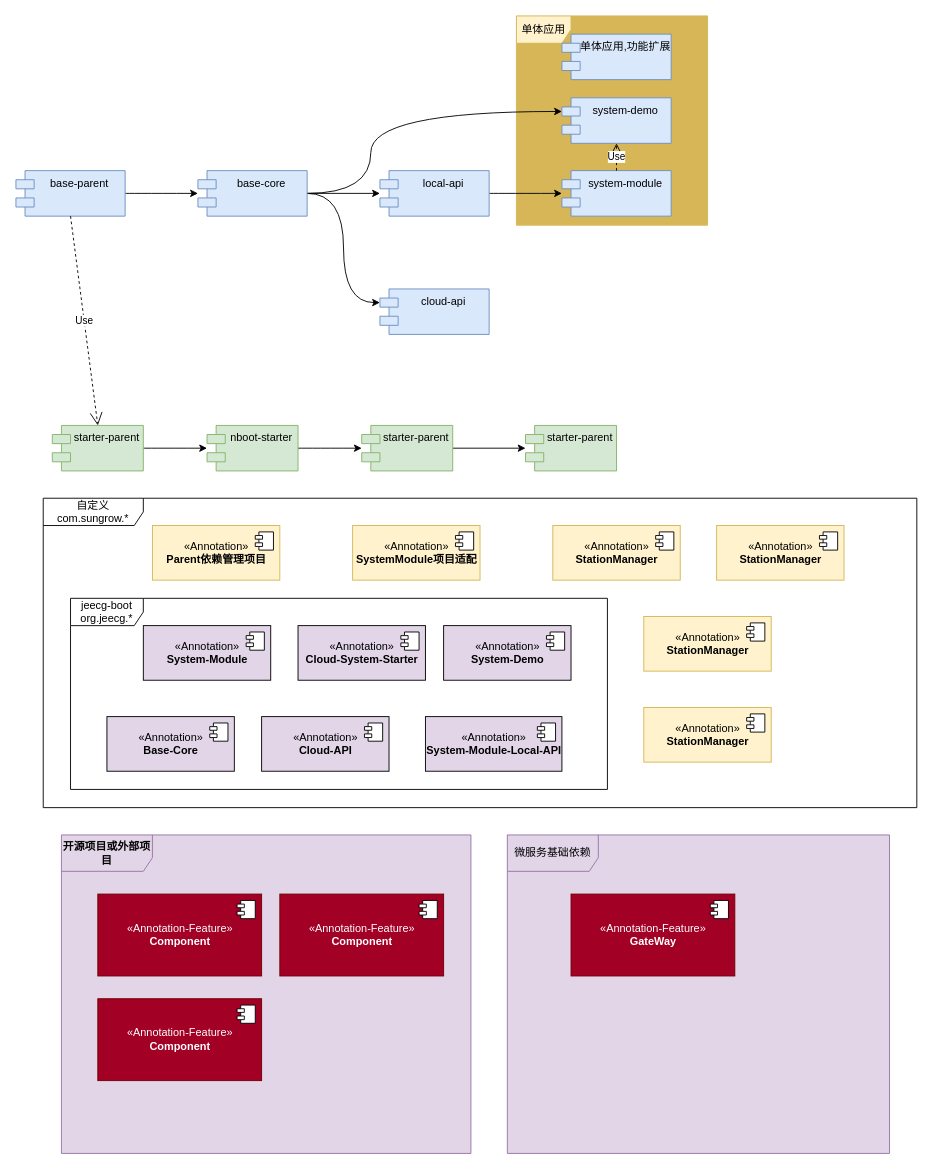
The draw.io diagram page "Page-1" (1 of 3) of ddd.drawio in gg2herry/drawio, before the edit. Source tidied: cells renumbered, new cells numbered last; positions are measured from the earlier drawing's top-left corner, leaving out a move shared by most shapes. Both pictures are drawn from the tidied source at 91%, with x=0, y=0 at pixel (15, 15).
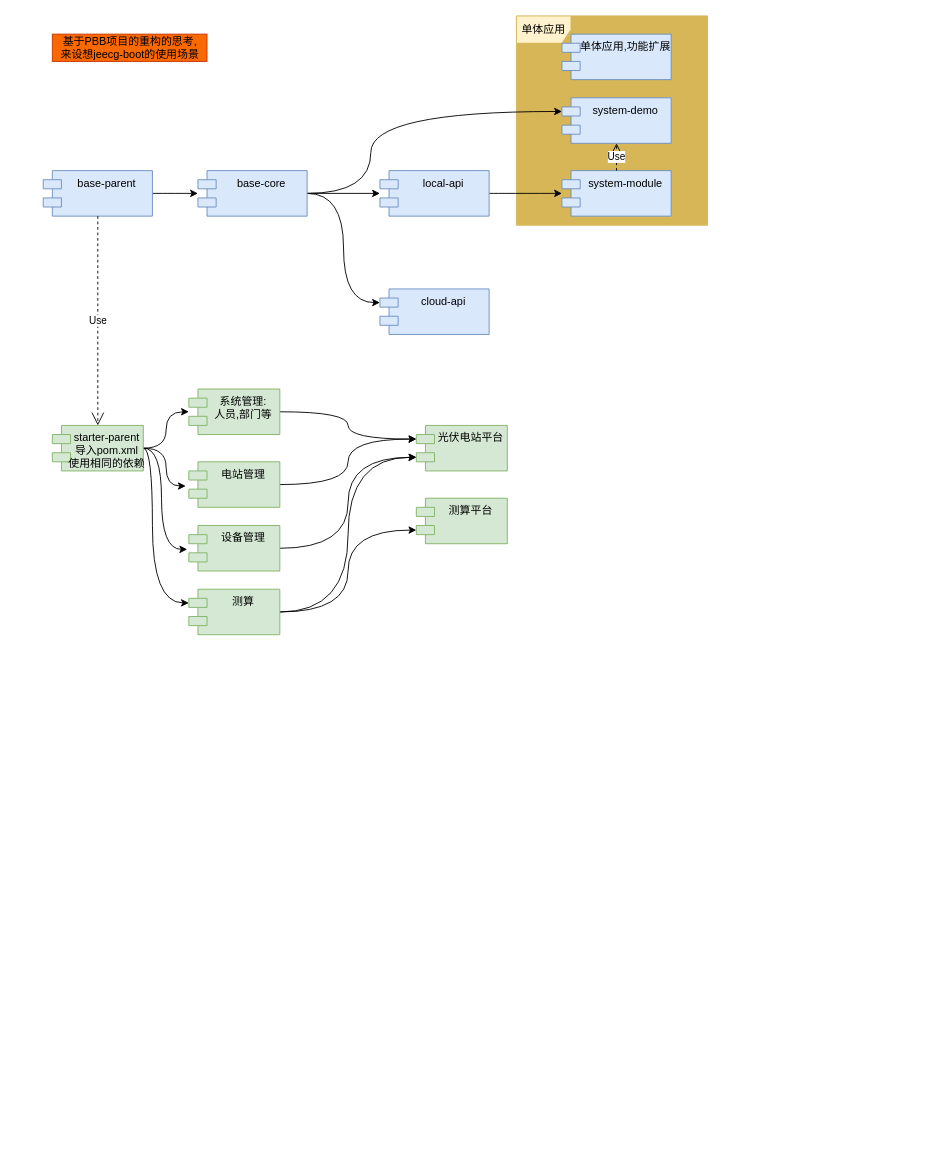
After the change.

What changed in the source:
```diff
@@
-    <mxCell id="2" value="&lt;b&gt;开源项目或外部项目&lt;/b&gt;" style="shape=umlFrame;whiteSpace=wrap;html=1;shadow=0;strokeColor=#9673a6;swimlaneFillColor=#E1D5E7;fillColor=#E1D5E7;width=100;height=40;" parent="1" vertex="1">
-      <mxGeometry x="50" y="900" width="450" height="350" as="geometry" />
-    </mxCell>
-    <mxCell id="3" value="自定义com.sungrow.*" style="shape=umlFrame;whiteSpace=wrap;html=1;width=110;height=30;" parent="1" vertex="1">
-      <mxGeometry x="30" y="530" width="960" height="340" as="geometry" />
-    </mxCell>
-    <mxCell id="4" value="jeecg-boot&lt;br&gt;org.jeecg.*" style="shape=umlFrame;whiteSpace=wrap;html=1;width=80;height=30;" parent="1" vertex="1">
-      <mxGeometry x="60" y="640" width="590" height="210" as="geometry" />
-    </mxCell>
@@
+    <mxCell id="60" style="edgeStyle=orthogonalEdgeStyle;rounded=0;jettySize=auto;html=1;curved=1;entryX=-0.034;entryY=0.532;entryDx=0;entryDy=0;entryPerimeter=0;" parent="1" edge="1" source="18" target="24">
+      <mxGeometry relative="1" as="geometry" />
+    </mxCell>
+    <mxCell id="61" style="edgeStyle=orthogonalEdgeStyle;rounded=0;jettySize=auto;html=1;entryX=-0.018;entryY=0.524;entryDx=0;entryDy=0;entryPerimeter=0;curved=1;" parent="1" edge="1" source="18" target="59">
+      <mxGeometry relative="1" as="geometry">
+        <Array as="points">
+          <mxPoint x="160" y="475" />
+          <mxPoint x="160" y="586" />
+        </Array>
+      </mxGeometry>
+    </mxCell>
+    <mxCell id="62" style="edgeStyle=orthogonalEdgeStyle;curved=1;rounded=0;jettySize=auto;html=1;entryX=0;entryY=0;entryDx=0;entryDy=15;entryPerimeter=0;" parent="1" edge="1" source="18" target="69">
+      <mxGeometry relative="1" as="geometry">
+        <Array as="points">
+          <mxPoint x="150" y="475" />
+          <mxPoint x="150" y="645" />
+        </Array>
+      </mxGeometry>
+    </mxCell>
-    <mxCell id="18" value="starter-parent" style="shape=module;align=left;spacingLeft=20;align=center;verticalAlign=top;shadow=0;fillColor=#d5e8d4;strokeColor=#82b366;" parent="1" vertex="1">
+    <mxCell id="18" value="starter-parent&#10;导入pom.xml&#10;使用相同的依赖" style="shape=module;align=left;spacingLeft=20;align=center;verticalAlign=top;shadow=0;fillColor=#d5e8d4;strokeColor=#82b366;" parent="1" vertex="1">
       <mxGeometry x="40" y="450" width="100" height="50" as="geometry" />
     </mxCell>
-    <mxCell id="19" style="edgeStyle=orthogonalEdgeStyle;curved=1;rounded=0;jettySize=auto;html=1;" parent="1" edge="1" source="20" target="24">
-      <mxGeometry relative="1" as="geometry" />
-    </mxCell>
+    <mxCell id="63" style="edgeStyle=orthogonalEdgeStyle;curved=1;rounded=0;jettySize=auto;html=1;entryX=0;entryY=0;entryDx=0;entryDy=15;entryPerimeter=0;" parent="1" edge="1" source="20" target="66">
+      <mxGeometry relative="1" as="geometry" />
+    </mxCell>
-    <mxCell id="20" value="nboot-starter" style="shape=module;align=left;spacingLeft=20;align=center;verticalAlign=top;shadow=0;fillColor=#d5e8d4;strokeColor=#82b366;" parent="1" vertex="1">
-      <mxGeometry x="210" y="450" width="100" height="50" as="geometry" />
+    <mxCell id="20" value="系统管理:&#10;人员,部门等" style="shape=module;align=left;spacingLeft=20;align=center;verticalAlign=top;shadow=0;fillColor=#d5e8d4;strokeColor=#82b366;" parent="1" vertex="1">
+      <mxGeometry x="190" y="410" width="100" height="50" as="geometry" />
     </mxCell>
@@
     <mxCell id="22" value="base-parent" style="shape=module;align=left;spacingLeft=20;align=center;verticalAlign=top;fillColor=#dae8fc;strokeColor=#6c8ebf;" parent="1" vertex="1">
-      <mxGeometry y="170" width="120" height="50" as="geometry" />
+      <mxGeometry x="30" y="170" width="120" height="50" as="geometry" />
     </mxCell>
-    <mxCell id="23" style="edgeStyle=orthogonalEdgeStyle;rounded=0;jettySize=auto;html=1;" parent="1" edge="1" source="24" target="59">
-      <mxGeometry relative="1" as="geometry" />
-    </mxCell>
+    <mxCell id="64" style="edgeStyle=orthogonalEdgeStyle;curved=1;rounded=0;jettySize=auto;html=1;entryX=0;entryY=0;entryDx=0;entryDy=15;entryPerimeter=0;" parent="1" edge="1" source="24" target="66">
+      <mxGeometry relative="1" as="geometry" />
+    </mxCell>
-    <mxCell id="24" value="starter-parent" style="shape=module;align=left;spacingLeft=20;align=center;verticalAlign=top;shadow=0;fillColor=#d5e8d4;strokeColor=#82b366;" parent="1" vertex="1">
-      <mxGeometry x="380" y="450" width="100" height="50" as="geometry" />
+    <mxCell id="24" value="电站管理" style="shape=module;align=left;spacingLeft=20;align=center;verticalAlign=top;shadow=0;fillColor=#d5e8d4;strokeColor=#82b366;" parent="1" vertex="1">
+      <mxGeometry x="190" y="490" width="100" height="50" as="geometry" />
     </mxCell>
@@
-    <mxCell id="26" value="«Annotation»&lt;br&gt;&lt;b&gt;System-Module&lt;/b&gt;" style="html=1;shadow=0;fillColor=#E1D5E7;gradientColor=none;" parent="1" vertex="1">
-      <mxGeometry x="140" y="670" width="140" height="60" as="geometry" />
-    </mxCell>
-    <mxCell id="27" style="shape=module;jettyWidth=8;jettyHeight=4;" parent="26" vertex="1">
-      <mxGeometry x="1" width="20" height="20" relative="1" as="geometry">
-        <mxPoint x="-27" y="7" as="offset" />
-      </mxGeometry>
-    </mxCell>
-    <mxCell id="28" value="«Annotation-Feature»&lt;br&gt;&lt;b&gt;Component&lt;/b&gt;" style="html=1;shadow=0;fillColor=#a20025;strokeColor=#6F0000;fontColor=#ffffff;" parent="1" vertex="1">
-      <mxGeometry x="90" y="965" width="180" height="90" as="geometry" />
-    </mxCell>
-    <mxCell id="29" style="shape=module;jettyWidth=8;jettyHeight=4;" parent="28" vertex="1">
-      <mxGeometry x="1" width="20" height="20" relative="1" as="geometry">
-        <mxPoint x="-27" y="7" as="offset" />
-      </mxGeometry>
-    </mxCell>
-    <mxCell id="30" value="«Annotation-Feature»&lt;br&gt;&lt;b&gt;Component&lt;/b&gt;" style="html=1;shadow=0;fillColor=#a20025;strokeColor=#6F0000;fontColor=#ffffff;" parent="1" vertex="1">
-      <mxGeometry x="90" y="1080" width="180" height="90" as="geometry" />
-    </mxCell>
-    <mxCell id="31" style="shape=module;jettyWidth=8;jettyHeight=4;" parent="30" vertex="1">
-      <mxGeometry x="1" width="20" height="20" relative="1" as="geometry">
-        <mxPoint x="-27" y="7" as="offset" />
-      </mxGeometry>
-    </mxCell>
-    <mxCell id="32" value="«Annotation-Feature»&lt;br&gt;&lt;b&gt;Component&lt;/b&gt;" style="html=1;shadow=0;fillColor=#a20025;strokeColor=#6F0000;fontColor=#ffffff;" parent="1" vertex="1">
-      <mxGeometry x="290" y="965" width="180" height="90" as="geometry" />
-    </mxCell>
-    <mxCell id="33" style="shape=module;jettyWidth=8;jettyHeight=4;" parent="32" vertex="1">
-      <mxGeometry x="1" width="20" height="20" relative="1" as="geometry">
-        <mxPoint x="-27" y="7" as="offset" />
-      </mxGeometry>
-    </mxCell>
-    <mxCell id="34" value="微服务基础依赖" style="shape=umlFrame;whiteSpace=wrap;html=1;shadow=0;strokeColor=#9673a6;swimlaneFillColor=#E1D5E7;fillColor=#E1D5E7;width=100;height=40;" parent="1" vertex="1">
-      <mxGeometry x="540" y="900" width="420" height="350" as="geometry" />
-    </mxCell>
-    <mxCell id="35" value="«Annotation»&lt;br&gt;&lt;b&gt;Base-Core&lt;/b&gt;" style="html=1;shadow=0;fillColor=#E1D5E7;gradientColor=none;" parent="1" vertex="1">
-      <mxGeometry x="100" y="770" width="140" height="60" as="geometry" />
-    </mxCell>
-    <mxCell id="36" style="shape=module;jettyWidth=8;jettyHeight=4;" parent="35" vertex="1">
-      <mxGeometry x="1" width="20" height="20" relative="1" as="geometry">
-        <mxPoint x="-27" y="7" as="offset" />
-      </mxGeometry>
-    </mxCell>
-    <mxCell id="37" value="«Annotation»&lt;br&gt;&lt;b&gt;Cloud-API&lt;/b&gt;" style="html=1;shadow=0;fillColor=#E1D5E7;gradientColor=none;" parent="1" vertex="1">
-      <mxGeometry x="270" y="770" width="140" height="60" as="geometry" />
-    </mxCell>
-    <mxCell id="38" style="shape=module;jettyWidth=8;jettyHeight=4;" parent="37" vertex="1">
-      <mxGeometry x="1" width="20" height="20" relative="1" as="geometry">
-        <mxPoint x="-27" y="7" as="offset" />
-      </mxGeometry>
-    </mxCell>
-    <mxCell id="39" value="«Annotation»&lt;br&gt;&lt;b&gt;System-Module-Local-API&lt;/b&gt;" style="html=1;shadow=0;fillColor=#E1D5E7;gradientColor=none;" parent="1" vertex="1">
-      <mxGeometry x="450" y="770" width="150" height="60" as="geometry" />
-    </mxCell>
-    <mxCell id="40" style="shape=module;jettyWidth=8;jettyHeight=4;" parent="39" vertex="1">
-      <mxGeometry x="1" width="20" height="20" relative="1" as="geometry">
-        <mxPoint x="-27" y="7" as="offset" />
-      </mxGeometry>
-    </mxCell>
-    <mxCell id="41" value="«Annotation»&lt;br&gt;&lt;b&gt;Cloud-System-Starter&lt;/b&gt;" style="html=1;shadow=0;fillColor=#E1D5E7;gradientColor=none;" parent="1" vertex="1">
-      <mxGeometry x="310" y="670" width="140" height="60" as="geometry" />
-    </mxCell>
-    <mxCell id="42" style="shape=module;jettyWidth=8;jettyHeight=4;" parent="41" vertex="1">
-      <mxGeometry x="1" width="20" height="20" relative="1" as="geometry">
-        <mxPoint x="-27" y="7" as="offset" />
-      </mxGeometry>
-    </mxCell>
-    <mxCell id="43" value="«Annotation-Feature»&lt;br&gt;&lt;b&gt;GateWay&lt;/b&gt;" style="html=1;shadow=0;fillColor=#a20025;strokeColor=#6F0000;fontColor=#ffffff;" parent="1" vertex="1">
-      <mxGeometry x="610" y="965" width="180" height="90" as="geometry" />
-    </mxCell>
-    <mxCell id="44" style="shape=module;jettyWidth=8;jettyHeight=4;" parent="43" vertex="1">
-      <mxGeometry x="1" width="20" height="20" relative="1" as="geometry">
-        <mxPoint x="-27" y="7" as="offset" />
-      </mxGeometry>
-    </mxCell>
-    <mxCell id="45" value="«Annotation»&lt;br&gt;&lt;b&gt;System-Demo&lt;/b&gt;" style="html=1;shadow=0;fillColor=#E1D5E7;gradientColor=none;" parent="1" vertex="1">
-      <mxGeometry x="470" y="670" width="140" height="60" as="geometry" />
-    </mxCell>
-    <mxCell id="46" style="shape=module;jettyWidth=8;jettyHeight=4;" parent="45" vertex="1">
-      <mxGeometry x="1" width="20" height="20" relative="1" as="geometry">
-        <mxPoint x="-27" y="7" as="offset" />
-      </mxGeometry>
-    </mxCell>
-    <mxCell id="47" value="«Annotation»&lt;br&gt;&lt;b&gt;Parent依赖管理项目&lt;/b&gt;" style="html=1;shadow=0;fillColor=#fff2cc;strokeColor=#d6b656;" parent="1" vertex="1">
-      <mxGeometry x="150" y="560" width="140" height="60" as="geometry" />
-    </mxCell>
-    <mxCell id="48" style="shape=module;jettyWidth=8;jettyHeight=4;" parent="47" vertex="1">
-      <mxGeometry x="1" width="20" height="20" relative="1" as="geometry">
-        <mxPoint x="-27" y="7" as="offset" />
-      </mxGeometry>
-    </mxCell>
-    <mxCell id="49" value="«Annotation»&lt;br&gt;&lt;b&gt;SystemModule项目适配&lt;/b&gt;" style="html=1;shadow=0;fillColor=#fff2cc;strokeColor=#d6b656;" parent="1" vertex="1">
-      <mxGeometry x="370" y="560" width="140" height="60" as="geometry" />
-    </mxCell>
-    <mxCell id="50" style="shape=module;jettyWidth=8;jettyHeight=4;" parent="49" vertex="1">
-      <mxGeometry x="1" width="20" height="20" relative="1" as="geometry">
-        <mxPoint x="-27" y="7" as="offset" />
-      </mxGeometry>
-    </mxCell>
-    <mxCell id="51" value="«Annotation»&lt;br&gt;&lt;b&gt;StationManager&lt;/b&gt;" style="html=1;shadow=0;fillColor=#fff2cc;strokeColor=#d6b656;" parent="1" vertex="1">
-      <mxGeometry x="590" y="560" width="140" height="60" as="geometry" />
-    </mxCell>
-    <mxCell id="52" style="shape=module;jettyWidth=8;jettyHeight=4;" parent="51" vertex="1">
-      <mxGeometry x="1" width="20" height="20" relative="1" as="geometry">
-        <mxPoint x="-27" y="7" as="offset" />
-      </mxGeometry>
-    </mxCell>
-    <mxCell id="53" value="«Annotation»&lt;br&gt;&lt;b&gt;StationManager&lt;/b&gt;" style="html=1;shadow=0;fillColor=#fff2cc;strokeColor=#d6b656;" parent="1" vertex="1">
-      <mxGeometry x="770" y="560" width="140" height="60" as="geometry" />
-    </mxCell>
-    <mxCell id="54" style="shape=module;jettyWidth=8;jettyHeight=4;" parent="53" vertex="1">
-      <mxGeometry x="1" width="20" height="20" relative="1" as="geometry">
-        <mxPoint x="-27" y="7" as="offset" />
-      </mxGeometry>
-    </mxCell>
-    <mxCell id="55" value="«Annotation»&lt;br&gt;&lt;b&gt;StationManager&lt;/b&gt;" style="html=1;shadow=0;fillColor=#fff2cc;strokeColor=#d6b656;" parent="1" vertex="1">
-      <mxGeometry x="690" y="660" width="140" height="60" as="geometry" />
-    </mxCell>
-    <mxCell id="56" style="shape=module;jettyWidth=8;jettyHeight=4;" parent="55" vertex="1">
-      <mxGeometry x="1" width="20" height="20" relative="1" as="geometry">
-        <mxPoint x="-27" y="7" as="offset" />
-      </mxGeometry>
-    </mxCell>
-    <mxCell id="57" value="«Annotation»&lt;br&gt;&lt;b&gt;StationManager&lt;/b&gt;" style="html=1;shadow=0;fillColor=#fff2cc;strokeColor=#d6b656;" parent="1" vertex="1">
-      <mxGeometry x="690" y="760" width="140" height="60" as="geometry" />
-    </mxCell>
-    <mxCell id="58" style="shape=module;jettyWidth=8;jettyHeight=4;" parent="57" vertex="1">
-      <mxGeometry x="1" width="20" height="20" relative="1" as="geometry">
-        <mxPoint x="-27" y="7" as="offset" />
-      </mxGeometry>
-    </mxCell>
+    <mxCell id="65" style="edgeStyle=orthogonalEdgeStyle;curved=1;rounded=0;jettySize=auto;html=1;entryX=0;entryY=0;entryDx=0;entryDy=35;entryPerimeter=0;" parent="1" edge="1" source="59" target="66">
+      <mxGeometry relative="1" as="geometry" />
+    </mxCell>
-    <mxCell id="59" value="starter-parent" style="shape=module;align=left;spacingLeft=20;align=center;verticalAlign=top;shadow=0;fillColor=#d5e8d4;strokeColor=#82b366;" parent="1" vertex="1">
-      <mxGeometry x="560" y="450" width="100" height="50" as="geometry" />
+    <mxCell id="59" value="设备管理" style="shape=module;align=left;spacingLeft=20;align=center;verticalAlign=top;shadow=0;fillColor=#d5e8d4;strokeColor=#82b366;" parent="1" vertex="1">
+      <mxGeometry x="190" y="560" width="100" height="50" as="geometry" />
     </mxCell>
+    <mxCell id="66" value="光伏电站平台" style="shape=module;align=left;spacingLeft=20;align=center;verticalAlign=top;shadow=0;fillColor=#d5e8d4;strokeColor=#82b366;" parent="1" vertex="1">
+      <mxGeometry x="440" y="450" width="100" height="50" as="geometry" />
+    </mxCell>
+    <mxCell id="67" style="edgeStyle=orthogonalEdgeStyle;curved=1;rounded=0;jettySize=auto;html=1;entryX=0;entryY=0;entryDx=0;entryDy=35;entryPerimeter=0;" parent="1" edge="1" source="69" target="66">
+      <mxGeometry relative="1" as="geometry" />
+    </mxCell>
+    <mxCell id="68" style="edgeStyle=orthogonalEdgeStyle;curved=1;rounded=0;jettySize=auto;html=1;entryX=0;entryY=0;entryDx=0;entryDy=35;entryPerimeter=0;" parent="1" edge="1" source="69" target="70">
+      <mxGeometry relative="1" as="geometry" />
+    </mxCell>
+    <mxCell id="69" value="测算" style="shape=module;align=left;spacingLeft=20;align=center;verticalAlign=top;shadow=0;fillColor=#d5e8d4;strokeColor=#82b366;" parent="1" vertex="1">
+      <mxGeometry x="190" y="630" width="100" height="50" as="geometry" />
+    </mxCell>
+    <mxCell id="70" value="测算平台" style="shape=module;align=left;spacingLeft=20;align=center;verticalAlign=top;shadow=0;fillColor=#d5e8d4;strokeColor=#82b366;" parent="1" vertex="1">
+      <mxGeometry x="440" y="530" width="100" height="50" as="geometry" />
+    </mxCell>
+    <mxCell id="71" value="基于PBB项目的重构的思考,&lt;br&gt;来设想jeecg-boot的使用场景" style="text;html=1;align=center;verticalAlign=middle;strokeColor=#C73500;fillColor=#fa6800;fontColor=#000000;" parent="1" vertex="1">
+      <mxGeometry x="40" y="20" width="170" height="30" as="geometry" />
+    </mxCell>
```
